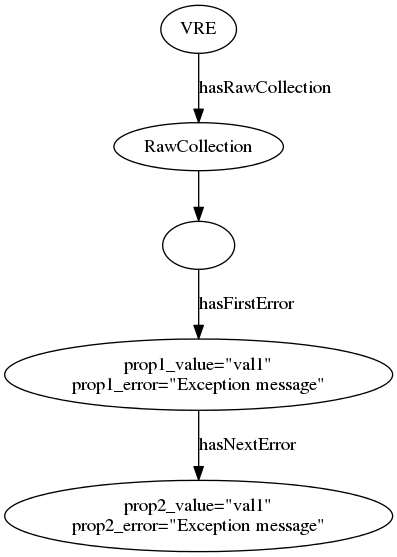
Before: timbuctoo-instancev4/docs/images/rml_exception_mapping.png, a diagram exported from Graphviz (HuygensING/timbuctoo). Its source is kept beside it as timbuctoo-instancev4/docs/images/rml_exception_mapping.dot.
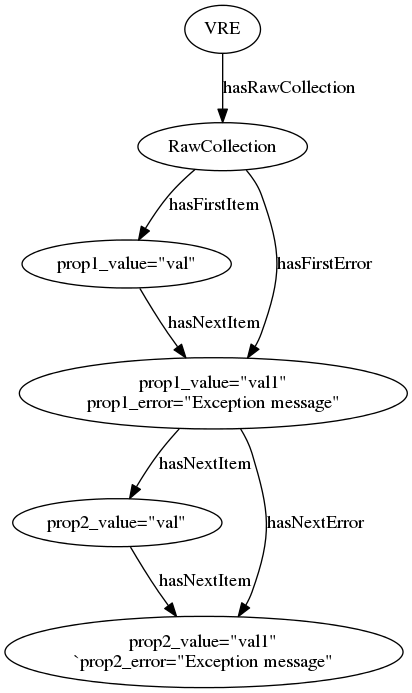
Later version of the same file.

What changed in the source:
```diff
@@ -2,10 +2,14 @@
   VRE
   RawCollection
   VRE -> RawCollection [label="hasRawCollection"]
-  RcEntityNode[label=""]
-  RawCollection -> RcEntityNode
-  RawItem1 [label="prop1_value=\"val1\"\nprop1_error=\"Exception message\""]
-  RcEntityNode -> RawItem1 [label="hasFirstError"]
-  RawItem2 [label="prop2_value=\"val1\"\nprop2_error=\"Exception message\""]
-  RawItem1 -> RawItem2 [label="hasNextError"]
+  RawItem1 [label="prop1_value=\"val\""]
+  RawCollection -> RawItem1 [label="hasFirstItem"]
+  RawItem2 [label="prop1_value=\"val1\"\nprop1_error=\"Exception message\""]
+  RawItem1 -> RawItem2 [label="hasNextItem"]
+  RawCollection -> RawItem2 [label="hasFirstError"]
+  RawItem3 [label="prop2_value=\"val\""]
+  RawItem2 -> RawItem3 [label="hasNextItem"]
+  RawItem4 [label="prop2_value=\"val1\"\n`prop2_error=\"Exception message\""]
+  RawItem3 -> RawItem4 [label="hasNextItem"]
+  RawItem2 -> RawItem4 [label="hasNextError"]
 }
```
